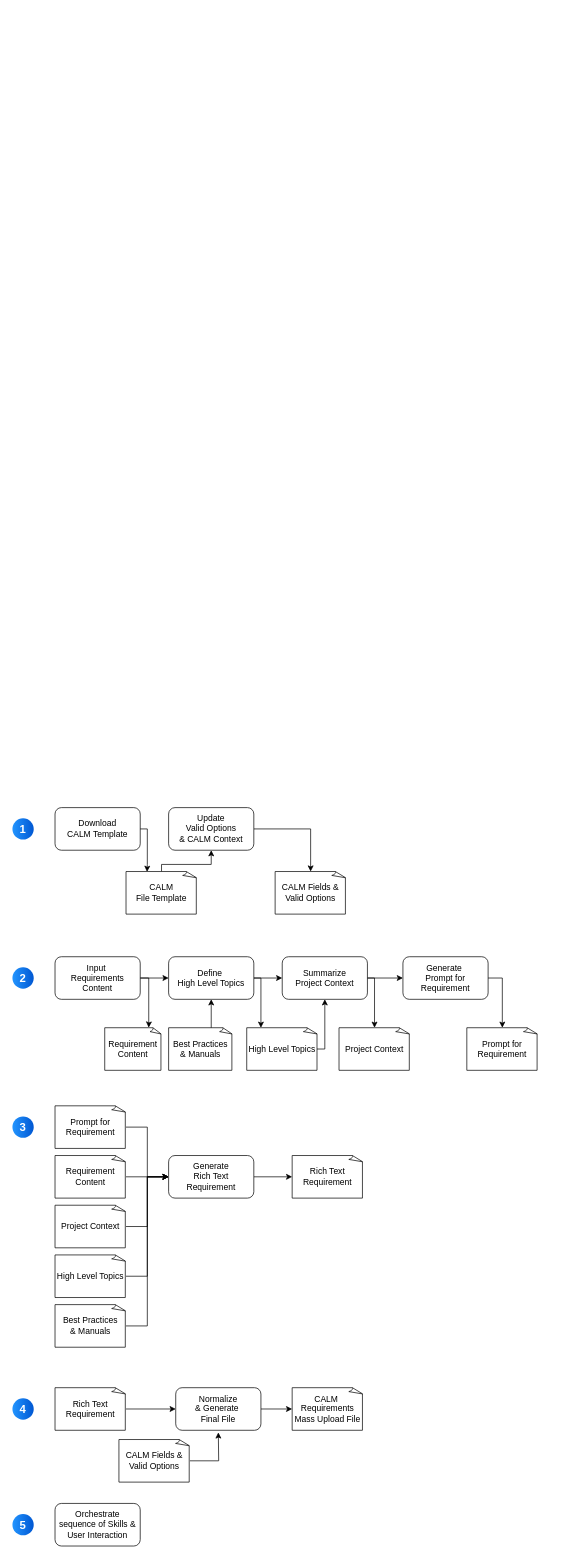
This is SKILL_CALM_MassUpload_Generator.drawio from SayMadness/Ludica, a draw.io file, before an edit. Source tidied: cells renumbered, new cells numbered last; positions are measured from the earlier drawing's top-left corner, leaving out a move shared by most shapes. Both pictures are drawn from the tidied source at 71%, with x=0, y=0 at pixel (12, 807).
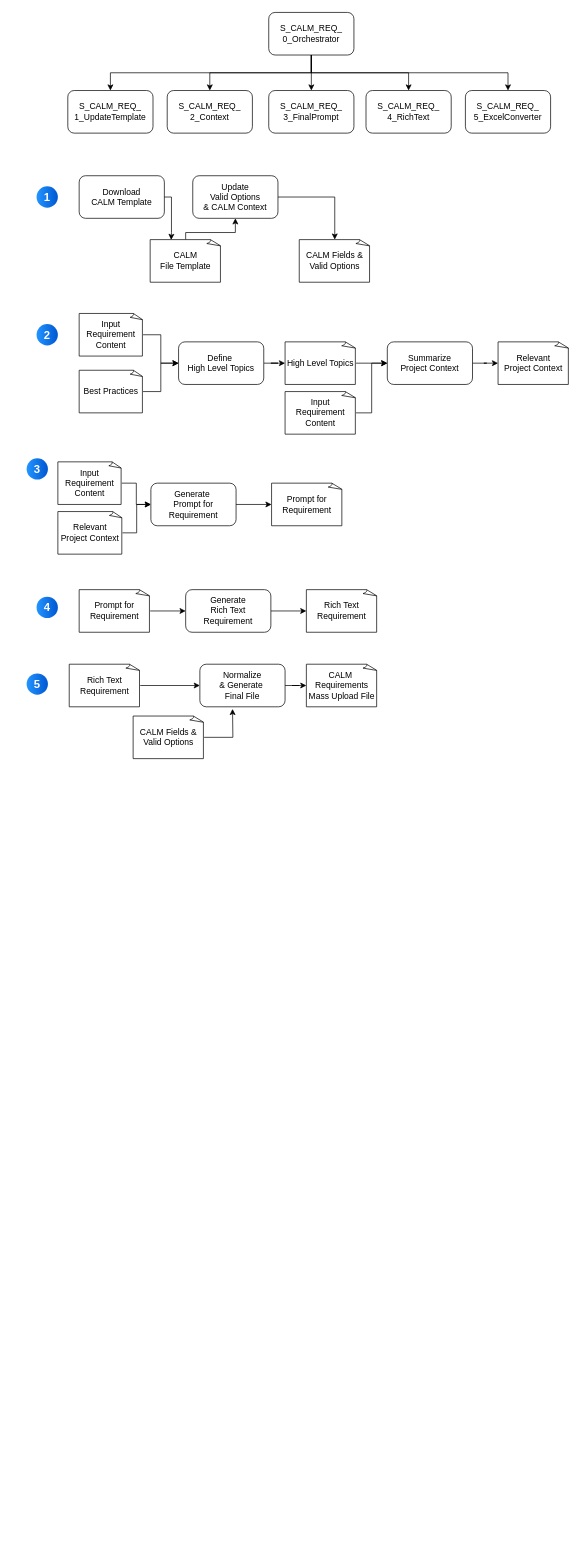
The same page after the edit.

What changed in the source:
```diff
@@
     <mxCell id="2" value="Download&lt;br&gt;CALM Template" style="rounded=1;whiteSpace=wrap;html=1;" parent="1" vertex="1">
-      <mxGeometry x="60" width="120" height="60" as="geometry" />
+      <mxGeometry x="94" y="-890" width="120" height="60" as="geometry" />
     </mxCell>
@@
     <mxCell id="4" value="Update &lt;br&gt;Valid Options&lt;br&gt;&amp;amp; CALM Context" style="rounded=1;whiteSpace=wrap;html=1;" parent="1" vertex="1">
-      <mxGeometry x="220" width="120" height="60" as="geometry" />
+      <mxGeometry x="254" y="-890" width="120" height="60" as="geometry" />
     </mxCell>
-    <mxCell id="5" style="edgeStyle=orthogonalEdgeStyle;rounded=0;jettySize=auto;html=1;" parent="1" edge="1" source="6" target="13">
-      <mxGeometry relative="1" as="geometry" />
-    </mxCell>
+    <mxCell id="17" style="edgeStyle=orthogonalEdgeStyle;rounded=0;jettySize=auto;html=1;" parent="1" edge="1" source="6" target="16">
+      <mxGeometry relative="1" as="geometry" />
+    </mxCell>
     <mxCell id="6" value="Summarize&lt;br&gt;Project Context" style="rounded=1;whiteSpace=wrap;html=1;" parent="1" vertex="1">
-      <mxGeometry x="380" y="210" width="120" height="60" as="geometry" />
+      <mxGeometry x="528" y="-656" width="120" height="60" as="geometry" />
     </mxCell>
-    <mxCell id="7" style="edgeStyle=orthogonalEdgeStyle;rounded=0;jettySize=auto;html=1;" parent="1" edge="1" source="8" target="12">
-      <mxGeometry relative="1" as="geometry" />
-    </mxCell>
-    <mxCell id="8" value="Input&amp;nbsp;&lt;div&gt;Requirements Content&lt;/div&gt;" style="rounded=1;whiteSpace=wrap;html=1;" parent="1" vertex="1">
-      <mxGeometry x="60" y="210" width="120" height="60" as="geometry" />
-    </mxCell>
+    <mxCell id="53" style="edgeStyle=orthogonalEdgeStyle;rounded=0;jettySize=auto;html=1;entryX=0;entryY=0.5;entryDx=0;entryDy=0;" parent="1" edge="1" source="9" target="12">
+      <mxGeometry relative="1" as="geometry" />
+    </mxCell>
-    <mxCell id="9" value="Best Practices &lt;br&gt;&amp;amp; Manuals" style="whiteSpace=wrap;html=1;shape=mxgraph.basic.document;" parent="1" vertex="1">
-      <mxGeometry x="220" y="310" width="90" height="60" as="geometry" />
+    <mxCell id="9" value="Best Practices" style="whiteSpace=wrap;html=1;shape=mxgraph.basic.document;" parent="1" vertex="1">
+      <mxGeometry x="94" y="-616" width="90" height="60" as="geometry" />
     </mxCell>
-    <mxCell id="10" style="edgeStyle=orthogonalEdgeStyle;rounded=0;jettySize=auto;html=1;" parent="1" edge="1" source="12" target="6">
-      <mxGeometry relative="1" as="geometry" />
-    </mxCell>
-    <mxCell id="11" style="edgeStyle=orthogonalEdgeStyle;rounded=0;jettySize=auto;html=1;exitX=1;exitY=0.5;exitDx=0;exitDy=0;" parent="1" edge="1" source="12" target="20">
-      <mxGeometry relative="1" as="geometry">
-        <Array as="points">
-          <mxPoint x="350" y="240" />
-        </Array>
-      </mxGeometry>
+    <mxCell id="11" style="edgeStyle=orthogonalEdgeStyle;rounded=0;jettySize=auto;html=1;" parent="1" edge="1" source="12" target="20">
+      <mxGeometry relative="1" as="geometry" />
     </mxCell>
     <mxCell id="12" value="Define&amp;nbsp;&lt;br&gt;High Level Topics" style="rounded=1;whiteSpace=wrap;html=1;" parent="1" vertex="1">
-      <mxGeometry x="220" y="210" width="120" height="60" as="geometry" />
+      <mxGeometry x="234" y="-656" width="120" height="60" as="geometry" />
     </mxCell>
     <mxCell id="13" value="Generate&amp;nbsp;&lt;div&gt;Prompt for Requirement&lt;/div&gt;" style="rounded=1;whiteSpace=wrap;html=1;" parent="1" vertex="1">
-      <mxGeometry x="550" y="210" width="120" height="60" as="geometry" />
+      <mxGeometry x="195" y="-457" width="120" height="60" as="geometry" />
     </mxCell>
     <mxCell id="14" value="Prompt for Requirement" style="whiteSpace=wrap;html=1;shape=mxgraph.basic.document;" parent="1" vertex="1">
-      <mxGeometry x="640" y="310" width="100" height="60" as="geometry" />
+      <mxGeometry x="365" y="-457" width="100" height="60" as="geometry" />
     </mxCell>
+    <mxCell id="16" value="&lt;div&gt;&lt;span style=&quot;background-color: transparent; color: light-dark(rgb(0, 0, 0), rgb(255, 255, 255));&quot;&gt;Relevant&lt;/span&gt;&lt;/div&gt;Project Context" style="whiteSpace=wrap;html=1;shape=mxgraph.basic.document;" parent="1" vertex="1">
+      <mxGeometry x="684" y="-656" width="100" height="60" as="geometry" />
+    </mxCell>
-    <mxCell id="15" style="edgeStyle=orthogonalEdgeStyle;rounded=0;jettySize=auto;html=1;entryX=0.5;entryY=1;entryDx=0;entryDy=0;exitX=0.99;exitY=0.633;exitDx=0;exitDy=0;exitPerimeter=0;" parent="1" edge="1" source="20" target="6">
-      <mxGeometry relative="1" as="geometry">
-        <Array as="points">
-          <mxPoint x="409" y="340" />
-          <mxPoint x="440" y="340" />
-        </Array>
-      </mxGeometry>
+    <mxCell id="15" style="edgeStyle=orthogonalEdgeStyle;rounded=0;jettySize=auto;html=1;" parent="1" edge="1" source="20" target="6">
+      <mxGeometry relative="1" as="geometry" />
     </mxCell>
-    <mxCell id="16" value="Project Context" style="whiteSpace=wrap;html=1;shape=mxgraph.basic.document;" parent="1" vertex="1">
-      <mxGeometry x="460" y="310" width="100" height="60" as="geometry" />
-    </mxCell>
-    <mxCell id="17" style="edgeStyle=orthogonalEdgeStyle;rounded=0;jettySize=auto;html=1;entryX=0.5;entryY=0;entryDx=0;entryDy=0;entryPerimeter=0;exitX=1;exitY=0.5;exitDx=0;exitDy=0;" parent="1" edge="1" source="6" target="16">
-      <mxGeometry relative="1" as="geometry">
-        <Array as="points">
-          <mxPoint x="510" y="240" />
-        </Array>
-      </mxGeometry>
-    </mxCell>
-    <mxCell id="18" style="edgeStyle=orthogonalEdgeStyle;rounded=0;jettySize=auto;html=1;entryX=0.5;entryY=0;entryDx=0;entryDy=0;entryPerimeter=0;exitX=1;exitY=0.5;exitDx=0;exitDy=0;" parent="1" edge="1" source="13" target="14">
-      <mxGeometry relative="1" as="geometry" />
-    </mxCell>
-    <mxCell id="19" style="edgeStyle=orthogonalEdgeStyle;rounded=0;jettySize=auto;html=1;entryX=0.5;entryY=1;entryDx=0;entryDy=0;" parent="1" edge="1" target="12">
-      <mxGeometry relative="1" as="geometry">
-        <mxPoint x="280" y="310" as="sourcePoint" />
-        <Array as="points">
-          <mxPoint x="280" y="310" />
-        </Array>
-      </mxGeometry>
-    </mxCell>
     <mxCell id="20" value="High Level Topics" style="whiteSpace=wrap;html=1;shape=mxgraph.basic.document;" parent="1" vertex="1">
-      <mxGeometry x="330" y="310" width="100" height="60" as="geometry" />
+      <mxGeometry x="384" y="-656" width="100" height="60" as="geometry" />
     </mxCell>
-    <mxCell id="21" style="edgeStyle=orthogonalEdgeStyle;rounded=0;jettySize=auto;html=1;entryX=0;entryY=0.5;entryDx=0;entryDy=0;" parent="1" edge="1" source="22" target="30">
-      <mxGeometry relative="1" as="geometry" />
-    </mxCell>
-    <mxCell id="22" value="Project Context" style="whiteSpace=wrap;html=1;shape=mxgraph.basic.document;" parent="1" vertex="1">
-      <mxGeometry x="60" y="560" width="100" height="60" as="geometry" />
-    </mxCell>
@@
     <mxCell id="24" value="Prompt for Requirement" style="whiteSpace=wrap;html=1;shape=mxgraph.basic.document;" parent="1" vertex="1">
-      <mxGeometry x="60" y="420" width="100" height="60" as="geometry" />
+      <mxGeometry x="94" y="-307" width="100" height="60" as="geometry" />
     </mxCell>
-    <mxCell id="25" style="edgeStyle=orthogonalEdgeStyle;rounded=0;jettySize=auto;html=1;entryX=0;entryY=0.5;entryDx=0;entryDy=0;" parent="1" edge="1" source="26" target="30">
-      <mxGeometry relative="1" as="geometry" />
-    </mxCell>
-    <mxCell id="26" value="High Level Topics" style="whiteSpace=wrap;html=1;shape=mxgraph.basic.document;" parent="1" vertex="1">
-      <mxGeometry x="60" y="630" width="100" height="60" as="geometry" />
-    </mxCell>
-    <mxCell id="27" style="edgeStyle=orthogonalEdgeStyle;rounded=0;jettySize=auto;html=1;entryX=0;entryY=0.5;entryDx=0;entryDy=0;" parent="1" edge="1" source="28" target="30">
-      <mxGeometry relative="1" as="geometry">
-        <Array as="points">
-          <mxPoint x="190" y="730" />
-          <mxPoint x="190" y="520" />
-        </Array>
-      </mxGeometry>
-    </mxCell>
-    <mxCell id="28" value="Best Practices &lt;br&gt;&amp;amp; Manuals" style="whiteSpace=wrap;html=1;shape=mxgraph.basic.document;" parent="1" vertex="1">
-      <mxGeometry x="60" y="700" width="100" height="60" as="geometry" />
-    </mxCell>
@@
     <mxCell id="30" value="Generate &lt;br&gt;Rich Text Requirement" style="rounded=1;whiteSpace=wrap;html=1;" parent="1" vertex="1">
-      <mxGeometry x="220" y="490" width="120" height="60" as="geometry" />
+      <mxGeometry x="244" y="-307" width="120" height="60" as="geometry" />
     </mxCell>
+    <mxCell id="54" style="edgeStyle=orthogonalEdgeStyle;rounded=0;jettySize=auto;html=1;exitX=1;exitY=0.5;exitDx=0;exitDy=0;exitPerimeter=0;entryX=0;entryY=0.5;entryDx=0;entryDy=0;" parent="1" edge="1" source="31" target="12">
+      <mxGeometry relative="1" as="geometry" />
+    </mxCell>
-    <mxCell id="31" value="Requirement Content" style="whiteSpace=wrap;html=1;shape=mxgraph.basic.document;" parent="1" vertex="1">
-      <mxGeometry x="130" y="310" width="80" height="60" as="geometry" />
+    <mxCell id="31" value="Input Requirement Content" style="whiteSpace=wrap;html=1;shape=mxgraph.basic.document;" parent="1" vertex="1">
+      <mxGeometry x="94" y="-696" width="90" height="60" as="geometry" />
     </mxCell>
-    <mxCell id="32" style="edgeStyle=orthogonalEdgeStyle;rounded=0;jettySize=auto;html=1;entryX=0;entryY=0.5;entryDx=0;entryDy=0;" parent="1" edge="1" source="33" target="30">
-      <mxGeometry relative="1" as="geometry" />
-    </mxCell>
-    <mxCell id="33" value="Requirement Content" style="whiteSpace=wrap;html=1;shape=mxgraph.basic.document;" parent="1" vertex="1">
-      <mxGeometry x="60" y="490" width="100" height="60" as="geometry" />
-    </mxCell>
     <mxCell id="34" value="1" style="ellipse;whiteSpace=wrap;html=1;rotation=0;gradientColor=#0057D2;strokeColor=none;gradientDirection=east;fillColor=#2395FF;rounded=0;fontFamily=Helvetica;fontSize=16;fontColor=#FFFFFF;spacingTop=4;spacingBottom=4;spacingLeft=4;spacingRight=4;fontStyle=1;" parent="1" vertex="1">
-      <mxGeometry y="15" width="30" height="30" as="geometry" />
+      <mxGeometry x="34" y="-875" width="30" height="30" as="geometry" />
     </mxCell>
     <mxCell id="35" value="2" style="ellipse;whiteSpace=wrap;html=1;rotation=0;gradientColor=#0057D2;strokeColor=none;gradientDirection=east;fillColor=#2395FF;rounded=0;fontFamily=Helvetica;fontSize=16;fontColor=#FFFFFF;spacingTop=4;spacingBottom=4;spacingLeft=4;spacingRight=4;fontStyle=1;" parent="1" vertex="1">
-      <mxGeometry y="225" width="30" height="30" as="geometry" />
+      <mxGeometry x="34" y="-681" width="30" height="30" as="geometry" />
     </mxCell>
     <mxCell id="36" value="3" style="ellipse;whiteSpace=wrap;html=1;rotation=0;gradientColor=#0057D2;strokeColor=none;gradientDirection=east;fillColor=#2395FF;rounded=0;fontFamily=Helvetica;fontSize=16;fontColor=#FFFFFF;spacingTop=4;spacingBottom=4;spacingLeft=4;spacingRight=4;fontStyle=1;" parent="1" vertex="1">
-      <mxGeometry y="435" width="30" height="30" as="geometry" />
+      <mxGeometry x="20" y="-492" width="30" height="30" as="geometry" />
     </mxCell>
     <mxCell id="37" value="4" style="ellipse;whiteSpace=wrap;html=1;rotation=0;gradientColor=#0057D2;strokeColor=none;gradientDirection=east;fillColor=#2395FF;rounded=0;fontFamily=Helvetica;fontSize=16;fontColor=#FFFFFF;spacingTop=4;spacingBottom=4;spacingLeft=4;spacingRight=4;fontStyle=1;" parent="1" vertex="1">
-      <mxGeometry y="832" width="30" height="30" as="geometry" />
+      <mxGeometry x="34" y="-297" width="30" height="30" as="geometry" />
     </mxCell>
     <mxCell id="38" value="Rich Text Requirement" style="whiteSpace=wrap;html=1;shape=mxgraph.basic.document;" parent="1" vertex="1">
-      <mxGeometry x="394" y="490" width="100" height="60" as="geometry" />
+      <mxGeometry x="414" y="-307" width="100" height="60" as="geometry" />
     </mxCell>
@@
     <mxCell id="40" value="Rich Text Requirement" style="whiteSpace=wrap;html=1;shape=mxgraph.basic.document;" parent="1" vertex="1">
-      <mxGeometry x="60" y="817" width="100" height="60" as="geometry" />
+      <mxGeometry x="80" y="-202" width="100" height="60" as="geometry" />
     </mxCell>
@@
     <mxCell id="42" value="Normalize&lt;br&gt;&amp;amp; Generate&amp;nbsp;&lt;br&gt;Final File" style="rounded=1;whiteSpace=wrap;html=1;" parent="1" vertex="1">
-      <mxGeometry x="230" y="817" width="120" height="60" as="geometry" />
+      <mxGeometry x="264" y="-202" width="120" height="60" as="geometry" />
     </mxCell>
     <mxCell id="43" value="CALM&amp;nbsp;&lt;br&gt;Requirements&lt;br&gt;Mass Upload File" style="whiteSpace=wrap;html=1;shape=mxgraph.basic.document;" parent="1" vertex="1">
-      <mxGeometry x="394" y="817" width="100" height="60" as="geometry" />
+      <mxGeometry x="414" y="-202" width="100" height="60" as="geometry" />
     </mxCell>
     <mxCell id="44" value="5" style="ellipse;whiteSpace=wrap;html=1;rotation=0;gradientColor=#0057D2;strokeColor=none;gradientDirection=east;fillColor=#2395FF;rounded=0;fontFamily=Helvetica;fontSize=16;fontColor=#FFFFFF;spacingTop=4;spacingBottom=4;spacingLeft=4;spacingRight=4;fontStyle=1;" parent="1" vertex="1">
-      <mxGeometry y="995" width="30" height="30" as="geometry" />
+      <mxGeometry x="20" y="-189" width="30" height="30" as="geometry" />
     </mxCell>
-    <mxCell id="45" value="Orchestrate sequence of Skills &amp;amp; User Interaction" style="rounded=1;whiteSpace=wrap;html=1;" parent="1" vertex="1">
-      <mxGeometry x="60" y="980" width="120" height="60" as="geometry" />
-    </mxCell>
-    <mxCell id="46" style="edgeStyle=orthogonalEdgeStyle;rounded=0;jettySize=auto;html=1;entryX=0.774;entryY=-0.004;entryDx=0;entryDy=0;entryPerimeter=0;exitX=1;exitY=0.5;exitDx=0;exitDy=0;" parent="1" edge="1" source="8" target="31">
-      <mxGeometry relative="1" as="geometry">
-        <Array as="points">
-          <mxPoint x="192" y="240" />
-          <mxPoint x="192" y="308" />
-          <mxPoint x="192" y="308" />
-        </Array>
-      </mxGeometry>
-    </mxCell>
     <mxCell id="47" value="CALM Fields &amp;amp;&lt;br&gt;Valid Options" style="whiteSpace=wrap;html=1;shape=mxgraph.basic.document;" parent="1" vertex="1">
-      <mxGeometry x="370" y="90" width="100" height="60" as="geometry" />
+      <mxGeometry x="404" y="-800" width="100" height="60" as="geometry" />
     </mxCell>
     <mxCell id="48" style="edgeStyle=orthogonalEdgeStyle;rounded=0;jettySize=auto;html=1;entryX=0.5;entryY=1;entryDx=0;entryDy=0;" parent="1" edge="1" source="49" target="4">
       <mxGeometry relative="1" as="geometry">
         <Array as="points">
-          <mxPoint x="210" y="80" />
-          <mxPoint x="280" y="80" />
+          <mxPoint x="244" y="-810" />
+          <mxPoint x="314" y="-810" />
         </Array>
       </mxGeometry>
     </mxCell>
     <mxCell id="49" value="CALM &lt;br&gt;File Template" style="whiteSpace=wrap;html=1;shape=mxgraph.basic.document;" parent="1" vertex="1">
-      <mxGeometry x="160" y="90" width="100" height="60" as="geometry" />
+      <mxGeometry x="194" y="-800" width="100" height="60" as="geometry" />
     </mxCell>
     <mxCell id="50" style="edgeStyle=orthogonalEdgeStyle;rounded=0;jettySize=auto;html=1;entryX=0.296;entryY=0.007;entryDx=0;entryDy=0;entryPerimeter=0;exitX=1;exitY=0.5;exitDx=0;exitDy=0;" parent="1" edge="1" source="2" target="49">
       <mxGeometry relative="1" as="geometry">
         <Array as="points">
-          <mxPoint x="190" y="30" />
-          <mxPoint x="190" y="80" />
+          <mxPoint x="224" y="-860" />
+          <mxPoint x="224" y="-810" />
         </Array>
       </mxGeometry>
     </mxCell>
     <mxCell id="51" style="edgeStyle=orthogonalEdgeStyle;rounded=0;jettySize=auto;html=1;" parent="1" edge="1" source="52">
       <mxGeometry relative="1" as="geometry">
-        <mxPoint x="290" y="880" as="targetPoint" />
+        <mxPoint x="310" y="-139" as="targetPoint" />
       </mxGeometry>
     </mxCell>
     <mxCell id="52" value="CALM Fields &amp;amp;&lt;br&gt;Valid Options" style="whiteSpace=wrap;html=1;shape=mxgraph.basic.document;" parent="1" vertex="1">
-      <mxGeometry x="150" y="890" width="100" height="60" as="geometry" />
+      <mxGeometry x="170" y="-129" width="100" height="60" as="geometry" />
     </mxCell>
+    <mxCell id="55" style="edgeStyle=orthogonalEdgeStyle;rounded=0;jettySize=auto;html=1;entryX=0;entryY=0.5;entryDx=0;entryDy=0;" parent="1" edge="1" source="56" target="6">
+      <mxGeometry relative="1" as="geometry" />
+    </mxCell>
+    <mxCell id="56" value="Input Requirement Content" style="whiteSpace=wrap;html=1;shape=mxgraph.basic.document;" parent="1" vertex="1">
+      <mxGeometry x="384" y="-586" width="100" height="60" as="geometry" />
+    </mxCell>
+    <mxCell id="57" style="edgeStyle=orthogonalEdgeStyle;rounded=0;jettySize=auto;html=1;entryX=0;entryY=0.5;entryDx=0;entryDy=0;" parent="1" edge="1" source="58" target="13">
+      <mxGeometry relative="1" as="geometry" />
+    </mxCell>
+    <mxCell id="58" value="&lt;div&gt;&lt;span style=&quot;background-color: transparent; color: light-dark(rgb(0, 0, 0), rgb(255, 255, 255));&quot;&gt;Relevant&lt;/span&gt;&lt;/div&gt;Project Context" style="whiteSpace=wrap;html=1;shape=mxgraph.basic.document;" parent="1" vertex="1">
+      <mxGeometry x="64" y="-417" width="91" height="60" as="geometry" />
+    </mxCell>
+    <mxCell id="59" style="edgeStyle=orthogonalEdgeStyle;rounded=0;jettySize=auto;html=1;entryX=0;entryY=0.5;entryDx=0;entryDy=0;" parent="1" edge="1" source="60" target="13">
+      <mxGeometry relative="1" as="geometry" />
+    </mxCell>
+    <mxCell id="60" value="Input Requirement Content" style="whiteSpace=wrap;html=1;shape=mxgraph.basic.document;" parent="1" vertex="1">
+      <mxGeometry x="64" y="-487" width="90" height="60" as="geometry" />
+    </mxCell>
+    <mxCell id="18" style="edgeStyle=orthogonalEdgeStyle;rounded=0;jettySize=auto;html=1;entryX=0;entryY=0.5;entryDx=0;entryDy=0;entryPerimeter=0;" parent="1" edge="1" source="13" target="14">
+      <mxGeometry relative="1" as="geometry" />
+    </mxCell>
+    <mxCell id="61" style="edgeStyle=orthogonalEdgeStyle;rounded=0;jettySize=auto;html=1;exitX=0.5;exitY=1;exitDx=0;exitDy=0;" parent="1" edge="1" source="66" target="67">
+      <mxGeometry relative="1" as="geometry" />
+    </mxCell>
+    <mxCell id="62" style="edgeStyle=orthogonalEdgeStyle;rounded=0;jettySize=auto;html=1;exitX=0.5;exitY=1;exitDx=0;exitDy=0;" parent="1" edge="1" source="66" target="68">
+      <mxGeometry relative="1" as="geometry" />
+    </mxCell>
+    <mxCell id="63" style="edgeStyle=orthogonalEdgeStyle;rounded=0;jettySize=auto;html=1;exitX=0.5;exitY=1;exitDx=0;exitDy=0;" parent="1" edge="1" source="66" target="69">
+      <mxGeometry relative="1" as="geometry" />
+    </mxCell>
+    <mxCell id="64" style="edgeStyle=orthogonalEdgeStyle;rounded=0;jettySize=auto;html=1;entryX=0.5;entryY=0;entryDx=0;entryDy=0;exitX=0.5;exitY=1;exitDx=0;exitDy=0;" parent="1" edge="1" source="66" target="70">
+      <mxGeometry relative="1" as="geometry" />
+    </mxCell>
+    <mxCell id="65" style="edgeStyle=orthogonalEdgeStyle;rounded=0;jettySize=auto;html=1;entryX=0.5;entryY=0;entryDx=0;entryDy=0;exitX=0.5;exitY=1;exitDx=0;exitDy=0;" parent="1" edge="1" source="66" target="71">
+      <mxGeometry relative="1" as="geometry" />
+    </mxCell>
+    <mxCell id="66" value="S_CALM_REQ_&lt;br&gt;0_Orchestrator" style="rounded=1;whiteSpace=wrap;html=1;" parent="1" vertex="1">
+      <mxGeometry x="361" y="-1120" width="120" height="60" as="geometry" />
+    </mxCell>
+    <mxCell id="67" value="S_CALM_REQ_&lt;br&gt;1_UpdateTemplate" style="rounded=1;whiteSpace=wrap;html=1;" parent="1" vertex="1">
+      <mxGeometry x="78" y="-1010" width="120" height="60" as="geometry" />
+    </mxCell>
+    <mxCell id="68" value="S_CALM_REQ_&lt;br&gt;2_Context" style="rounded=1;whiteSpace=wrap;html=1;" parent="1" vertex="1">
+      <mxGeometry x="218" y="-1010" width="120" height="60" as="geometry" />
+    </mxCell>
+    <mxCell id="69" value="S_CALM_REQ_&lt;br&gt;3_FinalPrompt" style="rounded=1;whiteSpace=wrap;html=1;" parent="1" vertex="1">
+      <mxGeometry x="361" y="-1010" width="120" height="60" as="geometry" />
+    </mxCell>
+    <mxCell id="70" value="S_CALM_REQ_&lt;br&gt;4_RichText" style="rounded=1;whiteSpace=wrap;html=1;" parent="1" vertex="1">
+      <mxGeometry x="498" y="-1010" width="120" height="60" as="geometry" />
+    </mxCell>
+    <mxCell id="71" value="S_CALM_REQ_&lt;br&gt;5_ExcelConverter" style="rounded=1;whiteSpace=wrap;html=1;" parent="1" vertex="1">
+      <mxGeometry x="638" y="-1010" width="120" height="60" as="geometry" />
+    </mxCell>
```
